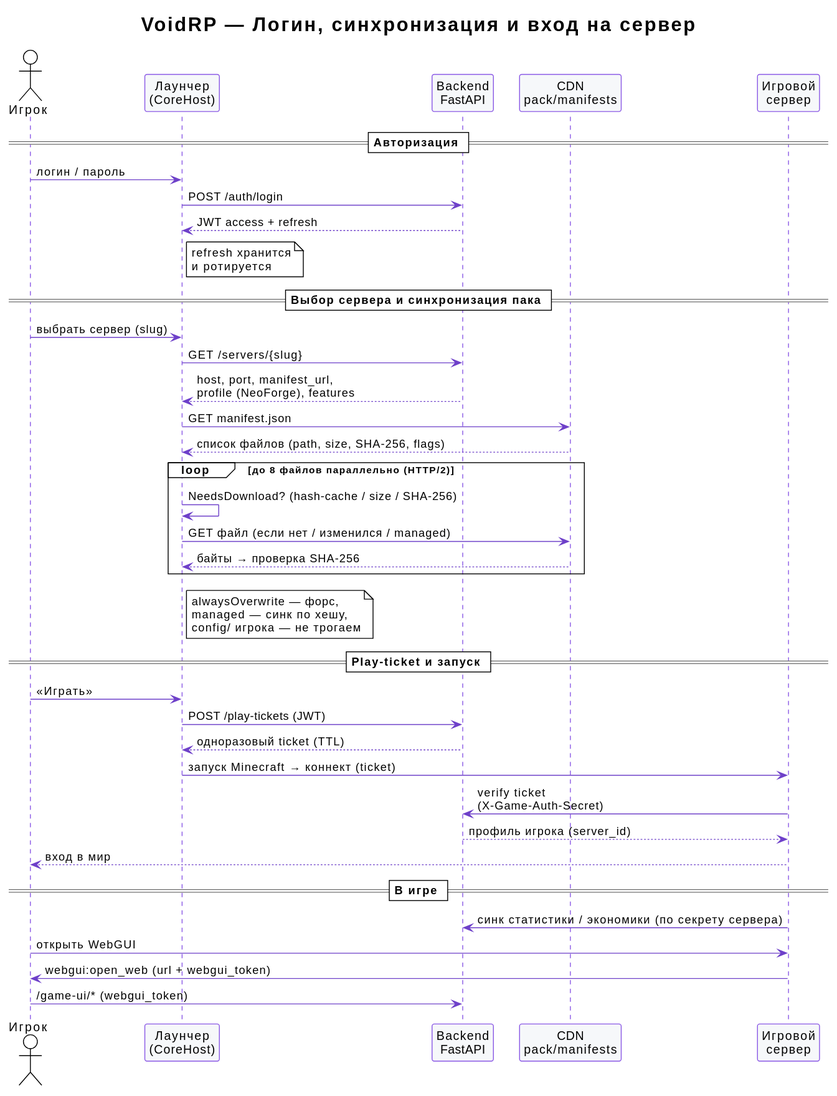
Before: profile/diagrams/flow-auth-launch.svg, a diagram exported from PlantUML (VOIDRP-MINECRAFT/.github).
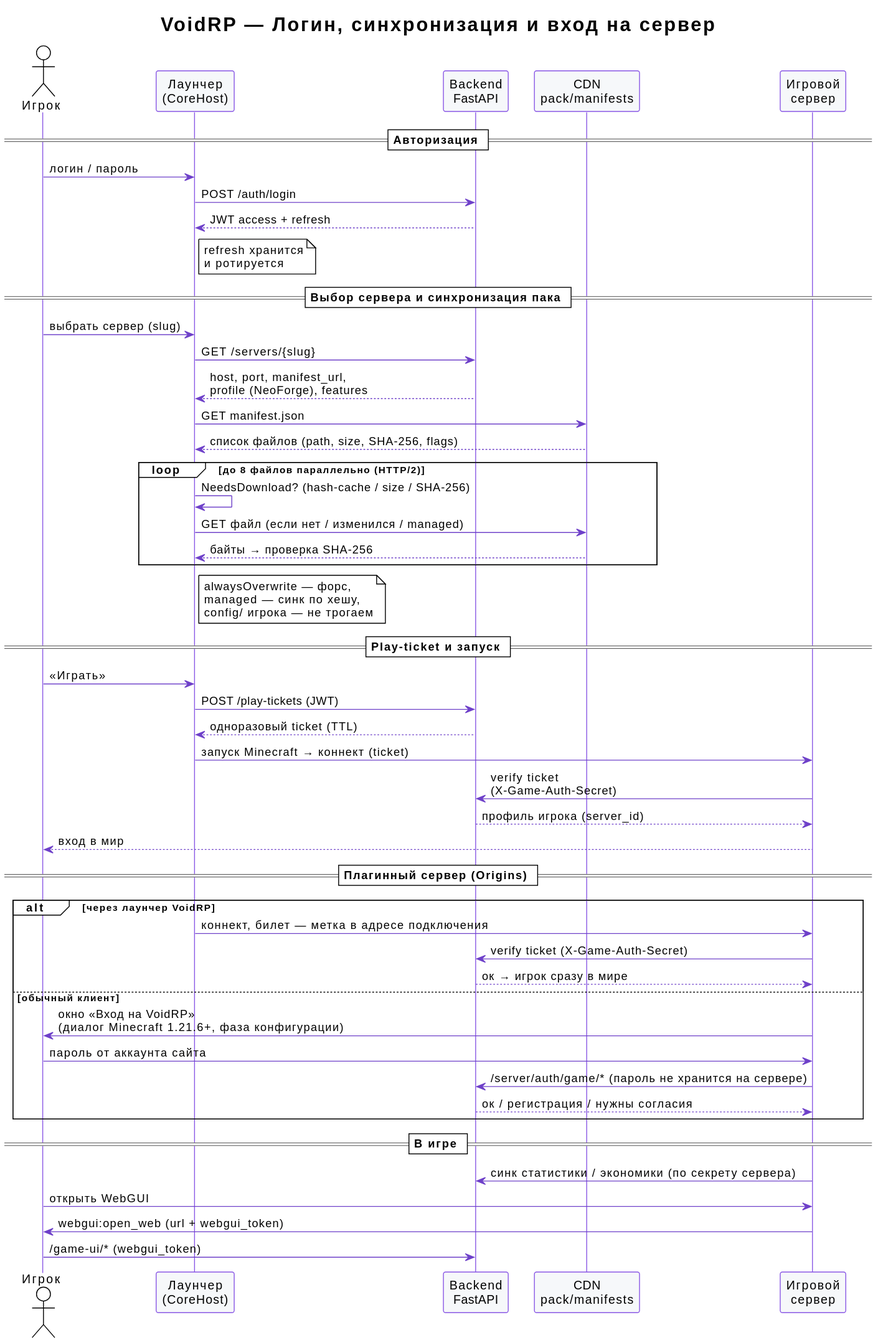
After the change.

Commit message:
docs(profile): refresh org page for every repo; Origins instead of Abyss (#1)

Diff of the diagram source:
```diff
@@ -43,6 +43,18 @@
 B --> S : профиль игрока (server_id)
 S --> U : вход в мир
 
+== Плагинный сервер (Origins) ==
+alt через лаунчер VoidRP
+  L -> S : коннект, билет — метка в адресе подключения
+  S -> B : verify ticket (X-Game-Auth-Secret)
+  B --> S : ок → игрок сразу в мире
+else обычный клиент
+  S -> U : окно «Вход на VoidRP»\n(диалог Minecraft 1.21.6+, фаза конфигурации)
+  U -> S : пароль от аккаунта сайта
+  S -> B : /server/auth/game/* (пароль не хранится на сервере)
+  B --> S : ок / регистрация / нужны согласия
+end
+
 == В игре ==
 S -> B : синк статистики / экономики (по секрету сервера)
 U -> S : открыть WebGUI
```
